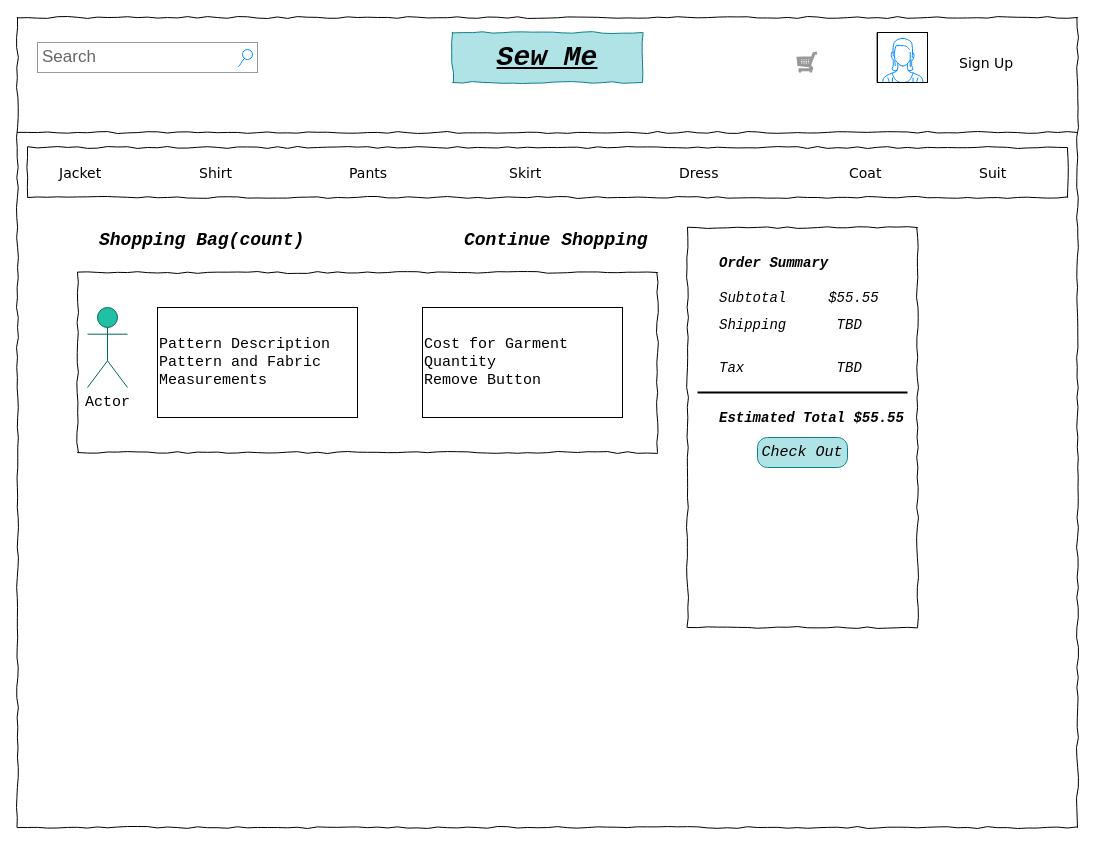
Earlier version of the draw.io diagram page "Add-To-Cart" (3 of 4) of Untitled Diagram.drawio (Scain3/sew_me_capstone). Source tidied: cells renumbered, new cells numbered last; positions are measured from the earlier drawing's top-left corner, leaving out a move shared by most shapes. Both pictures are drawn from the tidied source at 100%, with x=0, y=0 at pixel (17, 17).
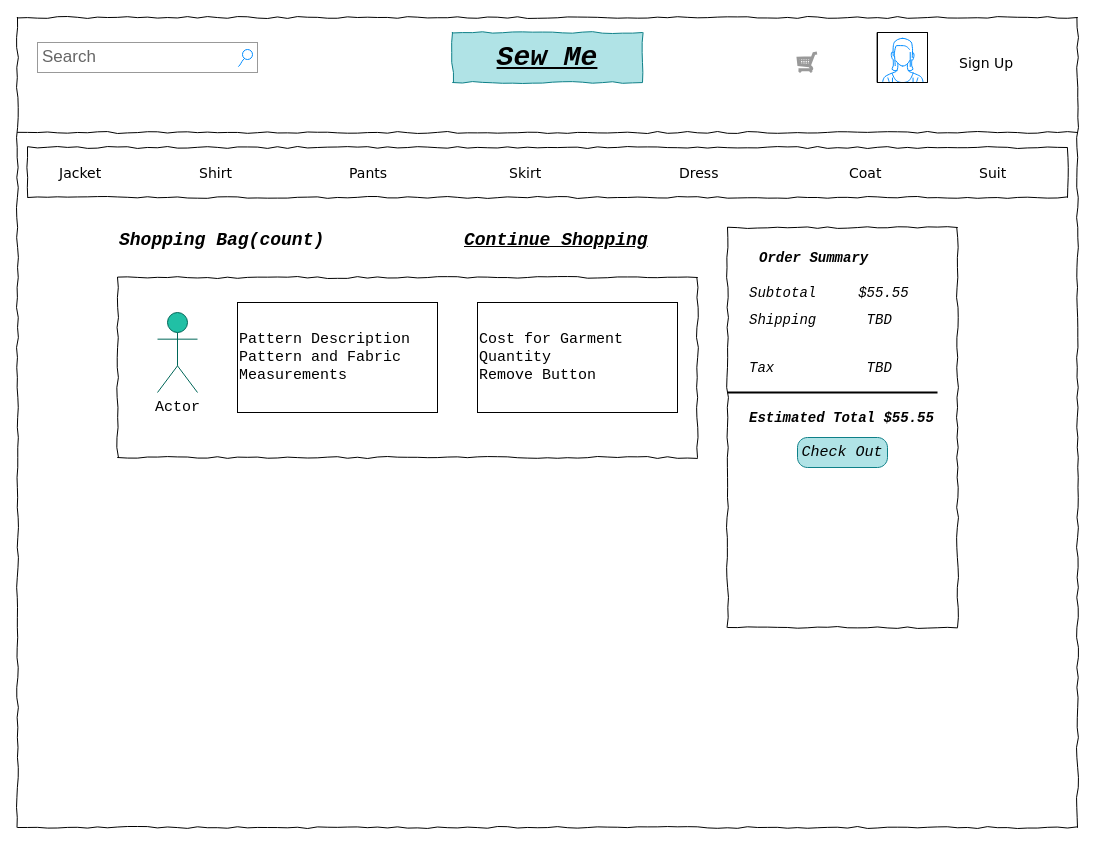
The same page after the edit.

Commit message:
Create register modals

What changed in the source:
```diff
@@
     <mxCell id="12" value="&lt;div&gt;&lt;br&gt;&lt;/div&gt;" style="whiteSpace=wrap;html=1;rounded=0;shadow=0;labelBackgroundColor=none;strokeWidth=1;fillColor=none;fontFamily=Verdana;fontSize=12;align=left;verticalAlign=top;spacing=10;comic=1;" parent="1" vertex="1">
-      <mxGeometry x="60" y="255" width="580" height="180" as="geometry" />
+      <mxGeometry x="100" y="260" width="580" height="180" as="geometry" />
     </mxCell>
     <mxCell id="13" style="whiteSpace=wrap;html=1;rounded=0;shadow=0;labelBackgroundColor=none;strokeWidth=1;fillColor=none;fontFamily=Verdana;fontSize=12;align=center;comic=1;" parent="1" vertex="1">
-      <mxGeometry x="670" y="210" width="230" height="400" as="geometry" />
+      <mxGeometry x="710" y="210" width="230" height="400" as="geometry" />
     </mxCell>
     <mxCell id="14" value="Order Summary" style="text;html=1;align=left;verticalAlign=top;spacingTop=-4;fontSize=14;fontFamily=Courier New;fontStyle=3;" parent="1" vertex="1">
-      <mxGeometry x="700" y="235" width="170" height="20" as="geometry" />
+      <mxGeometry x="740" y="230" width="170" height="20" as="geometry" />
     </mxCell>
     <mxCell id="15" value="Subtotal&amp;nbsp; &amp;nbsp; &amp;nbsp;$55.55" style="text;html=1;align=left;verticalAlign=top;spacingTop=-4;fontSize=14;fontFamily=Courier New;fontStyle=2;" parent="1" vertex="1">
-      <mxGeometry x="700" y="270" width="170" height="20" as="geometry" />
+      <mxGeometry x="730" y="265" width="170" height="20" as="geometry" />
     </mxCell>
     <mxCell id="16" value="Shipping&amp;nbsp; &amp;nbsp; &amp;nbsp; TBD" style="text;html=1;align=left;verticalAlign=middle;spacingTop=-4;fontSize=14;fontFamily=Courier New;fontStyle=2;" parent="1" vertex="1">
-      <mxGeometry x="700" y="300" width="170" height="20" as="geometry" />
+      <mxGeometry x="730" y="295" width="170" height="20" as="geometry" />
     </mxCell>
     <mxCell id="17" value="Tax&amp;nbsp; &amp;nbsp; &amp;nbsp; &amp;nbsp; &amp;nbsp; &amp;nbsp;TBD" style="text;html=1;align=left;verticalAlign=top;spacingTop=-4;fontSize=14;fontFamily=Courier New;fontStyle=2;" parent="1" vertex="1">
-      <mxGeometry x="700" y="340" width="170" height="20" as="geometry" />
+      <mxGeometry x="730" y="340" width="170" height="20" as="geometry" />
     </mxCell>
     <mxCell id="18" value="Estimated Total $55.55" style="text;html=1;align=left;verticalAlign=top;spacingTop=-4;fontSize=14;fontFamily=Courier New;fontStyle=3;" parent="1" vertex="1">
-      <mxGeometry x="700" y="390" width="170" height="20" as="geometry" />
+      <mxGeometry x="730" y="390" width="170" height="20" as="geometry" />
     </mxCell>
@@
     <mxCell id="24" style="line;strokeWidth=2;html=1;rounded=0;sketch=0;fillColor=#21C0A5;fontFamily=Courier New;fontSize=24;fontColor=#5C5C5C;" parent="1" vertex="1">
-      <mxGeometry x="680" y="370" width="210" height="10" as="geometry" />
+      <mxGeometry x="710" y="370" width="210" height="10" as="geometry" />
     </mxCell>
     <mxCell id="25" value="Check Out" style="strokeWidth=1;shadow=0;dashed=0;align=center;html=1;shape=mxgraph.mockup.buttons.button;mainText=;buttonStyle=round;fontSize=15;fontStyle=2;whiteSpace=wrap;rounded=0;sketch=0;fontFamily=Courier New;labelBackgroundColor=none;labelBorderColor=none;fillColor=#b0e3e6;strokeColor=#0e8088;" parent="1" vertex="1">
-      <mxGeometry x="740" y="420" width="90" height="30" as="geometry" />
+      <mxGeometry x="780" y="420" width="90" height="30" as="geometry" />
     </mxCell>
     <mxCell id="26" value="Actor" style="shape=umlActor;verticalLabelPosition=bottom;verticalAlign=top;html=1;rounded=0;labelBackgroundColor=none;sketch=0;strokeColor=#006658;fillColor=#21C0A5;fontFamily=Courier New;fontSize=15;fontColor=#000000;" parent="1" vertex="1">
-      <mxGeometry x="70" y="290" width="40" height="80" as="geometry" />
+      <mxGeometry x="140" y="295" width="40" height="80" as="geometry" />
     </mxCell>
     <mxCell id="27" value="Pattern Description&lt;br&gt;Pattern and Fabric Measurements&lt;br&gt;" style="rounded=0;whiteSpace=wrap;html=1;labelBackgroundColor=none;sketch=0;fontFamily=Courier New;fontSize=15;align=left;" parent="1" vertex="1">
-      <mxGeometry x="140" y="290" width="200" height="110" as="geometry" />
+      <mxGeometry x="220" y="285" width="200" height="110" as="geometry" />
     </mxCell>
     <mxCell id="28" value="Cost for Garment&lt;br&gt;Quantity&lt;br&gt;Remove Button" style="rounded=0;whiteSpace=wrap;html=1;labelBackgroundColor=none;sketch=0;fontFamily=Courier New;fontSize=15;align=left;" parent="1" vertex="1">
-      <mxGeometry x="405" y="290" width="200" height="110" as="geometry" />
+      <mxGeometry x="460" y="285" width="200" height="110" as="geometry" />
     </mxCell>
     <mxCell id="29" value="Shopping Bag(count)&amp;nbsp;&amp;nbsp;" style="text;html=1;align=left;verticalAlign=top;spacingTop=-4;fontSize=18;fontFamily=Courier New;fontStyle=3;" parent="1" vertex="1">
-      <mxGeometry x="80" y="210" width="170" height="20" as="geometry" />
+      <mxGeometry x="100" y="210" width="170" height="20" as="geometry" />
     </mxCell>
-    <mxCell id="30" value="Continue Shopping" style="text;html=1;align=left;verticalAlign=top;spacingTop=-4;fontSize=18;fontFamily=Courier New;fontStyle=3;" parent="1" vertex="1">
+    <mxCell id="30" value="Continue Shopping" style="text;html=1;align=left;verticalAlign=top;spacingTop=-4;fontSize=18;fontFamily=Courier New;fontStyle=7;" parent="1" vertex="1">
       <mxGeometry x="445" y="210" width="170" height="20" as="geometry" />
     </mxCell>
```
